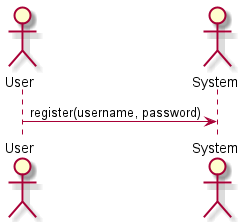
Above: src/diagrams_operations/diagrams_operations_img/register.png in drDeepl/purchased-products-app-nest (PlantUML), before the change. Source of this version:
```plantuml
@startuml register

skinparam backgroundColor #FFFFFF


actor User
actor System

User -> System: register(username, password)

@enduml
```
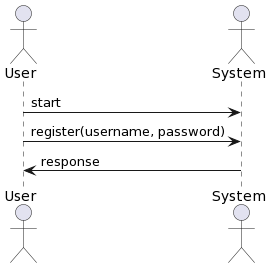
Later version of the same file.

Change to the diagram source:
```diff
@@ -1,11 +1,8 @@
-@startuml register
-
-skinparam backgroundColor #FFFFFF
-
-
+@startuml
 actor User
 actor System
 
+User -> System: start
 User -> System: register(username, password)
-
+System -> User: response
 @enduml
```
